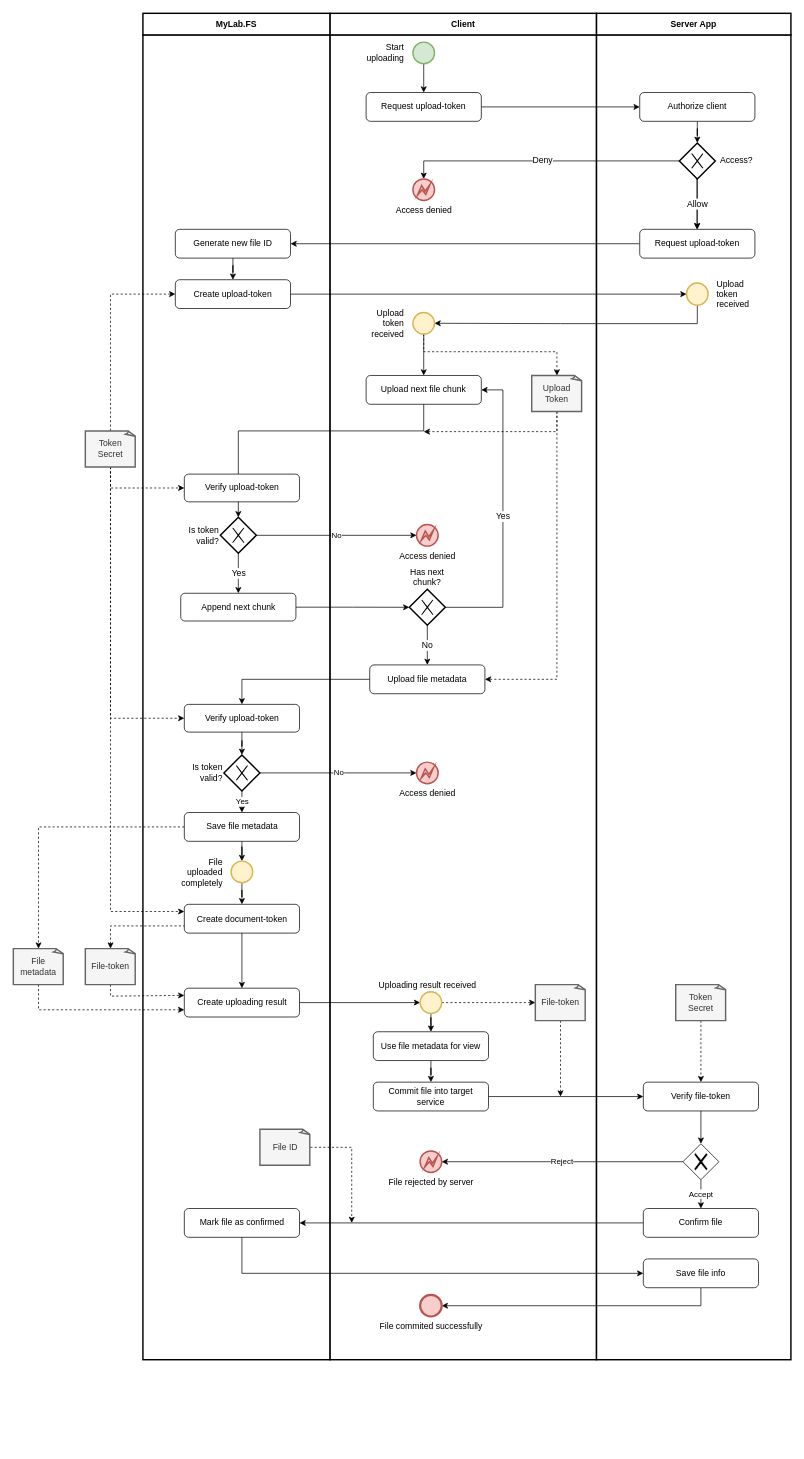
This is page "client-uploading" (3 of 5) of doc/diagramms/mylab-fs.drawio from mylab-tools/file-storage, a draw.io file, before an edit. Source tidied: cells renumbered, new cells numbered last; positions are measured from the earlier drawing's top-left corner, leaving out a move shared by most shapes. Both pictures are drawn from the tidied source at 72%, with x=0, y=0 at pixel (13, 13).
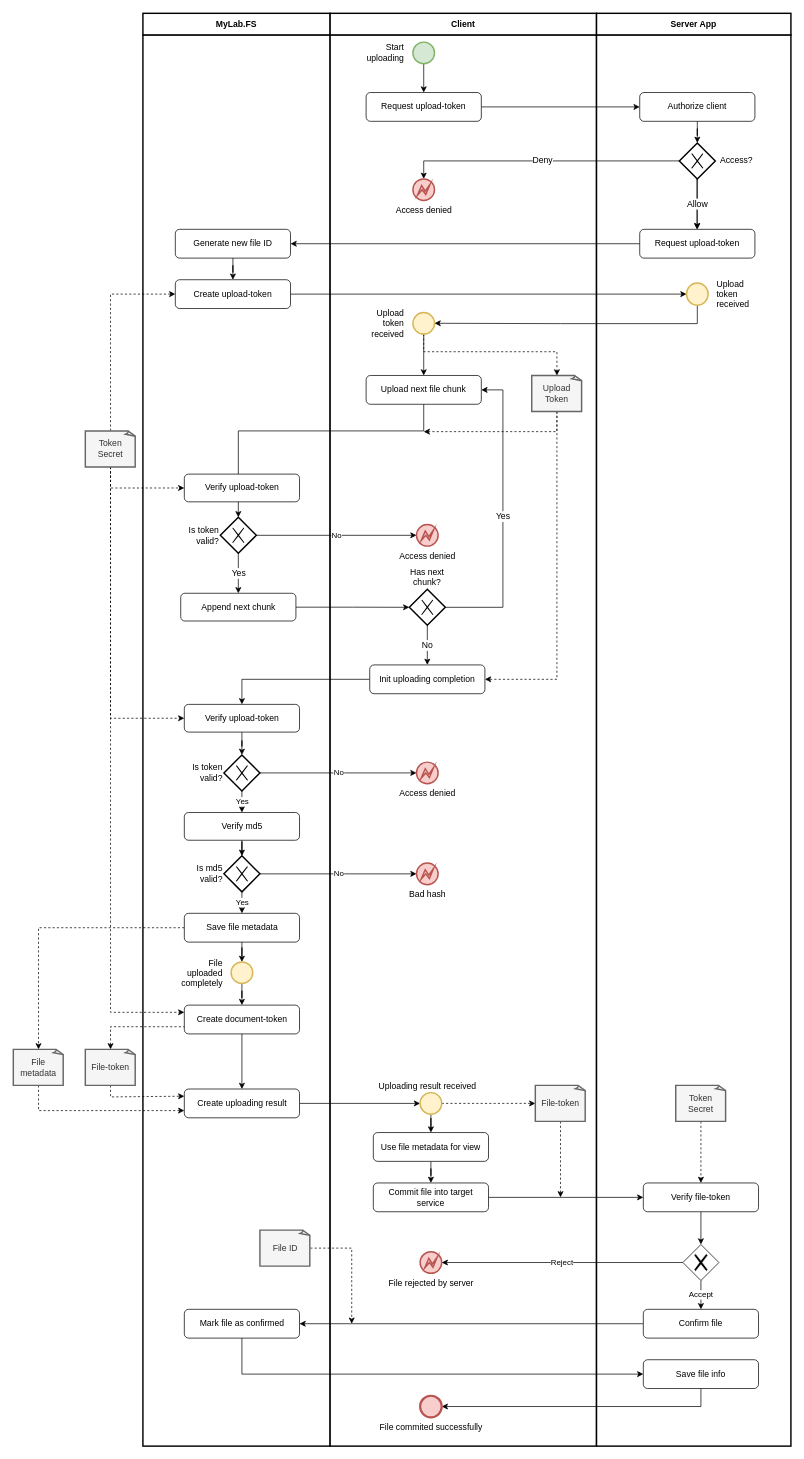
Above is the later version.

The change refers to these unchanged cells:
```xml
<mxCell id="24" value="Token &lt;br&gt;Secret" style="whiteSpace=wrap;html=1;shape=mxgraph.basic.document;strokeWidth=2;fontSize=12;align=center;fillColor=#f5f5f5;strokeColor=#666666;fontColor=#333333;" parent="1" vertex="1">
  <mxGeometry x="100" y="580" width="70" height="50" as="geometry" />
</mxCell>
<mxCell id="84" value="&lt;span style=&quot;white-space: normal ; background-color: rgb(255 , 255 , 255)&quot;&gt;Is token valid?&lt;/span&gt;" style="shape=mxgraph.bpmn.shape;html=1;verticalLabelPosition=middle;labelBackgroundColor=#ffffff;verticalAlign=middle;align=right;perimeter=rhombusPerimeter;background=gateway;outlineConnect=0;outline=none;symbol=exclusiveGw;strokeWidth=2;fontSize=12;labelPosition=left;whiteSpace=wrap;" parent="1" vertex="1">
  <mxGeometry x="292.5" y="1030" width="50" height="50" as="geometry" />
</mxCell>
```

Diff of the diagram source:
```diff
@@
     <mxCell id="2" style="rounded=0;whiteSpace=wrap;html=1;strokeWidth=2;fontSize=12;align=center;" parent="1" vertex="1">
-      <mxGeometry x="180" y="30" width="260" height="1840" as="geometry" />
+      <mxGeometry x="180" y="30" width="260" height="1960" as="geometry" />
     </mxCell>
@@
     <mxCell id="4" style="rounded=0;whiteSpace=wrap;html=1;strokeWidth=2;fontSize=12;align=center;" parent="1" vertex="1">
-      <mxGeometry x="440" y="30" width="370" height="1840" as="geometry" />
+      <mxGeometry x="440" y="30" width="370" height="1960" as="geometry" />
     </mxCell>
@@
     <mxCell id="6" style="rounded=0;whiteSpace=wrap;html=1;strokeWidth=2;fontSize=12;align=center;" parent="1" vertex="1">
-      <mxGeometry x="810" y="30" width="270" height="1840" as="geometry" />
+      <mxGeometry x="810" y="30" width="270" height="1960" as="geometry" />
     </mxCell>
@@
     <mxCell id="22" style="edgeStyle=orthogonalEdgeStyle;rounded=0;jettySize=auto;html=1;entryX=0;entryY=0.25;entryDx=0;entryDy=0;dashed=1;" parent="1" edge="1" source="24" target="40">
       <mxGeometry relative="1" as="geometry">
         <Array as="points">
-          <mxPoint x="135" y="1248" />
+          <mxPoint x="135" y="1388" />
         </Array>
       </mxGeometry>
     </mxCell>
@@
-    <mxCell id="35" value="Upload file metadata" style="rounded=1;whiteSpace=wrap;html=1;strokeWidth=1;fontSize=12;align=center;" parent="1" vertex="1">
+    <mxCell id="35" value="Init uploading completion" style="rounded=1;whiteSpace=wrap;html=1;strokeWidth=1;fontSize=12;align=center;" parent="1" vertex="1">
       <mxGeometry x="495" y="905" width="160" height="40" as="geometry" />
     </mxCell>
@@
     <mxCell id="38" value="Save file metadata" style="rounded=1;whiteSpace=wrap;html=1;strokeWidth=1;fontSize=12;align=center;" parent="1" vertex="1">
-      <mxGeometry x="237.5" y="1110" width="160" height="40" as="geometry" />
+      <mxGeometry x="237.5" y="1250" width="160" height="40" as="geometry" />
     </mxCell>
@@
     <mxCell id="40" value="Create document-token" style="rounded=1;whiteSpace=wrap;html=1;strokeWidth=1;fontSize=12;align=center;" parent="1" vertex="1">
-      <mxGeometry x="237.5" y="1237.5" width="160" height="40" as="geometry" />
+      <mxGeometry x="237.5" y="1377.5" width="160" height="40" as="geometry" />
     </mxCell>
@@
     <mxCell id="42" value="Create uploading result" style="rounded=1;whiteSpace=wrap;html=1;strokeWidth=1;fontSize=12;align=center;" parent="1" vertex="1">
-      <mxGeometry x="237.5" y="1354" width="160" height="40" as="geometry" />
+      <mxGeometry x="237.5" y="1494" width="160" height="40" as="geometry" />
     </mxCell>
@@
     <mxCell id="46" style="edgeStyle=orthogonalEdgeStyle;rounded=0;jettySize=auto;html=1;entryX=0;entryY=0.25;entryDx=0;entryDy=0;startArrow=none;startFill=0;endArrow=classic;endFill=1;strokeWidth=1;fontSize=12;dashed=1;exitX=0.5;exitY=1;exitDx=0;exitDy=0;exitPerimeter=0;" parent="1" edge="1" source="48" target="42">
       <mxGeometry relative="1" as="geometry">
         <Array as="points">
-          <mxPoint x="135" y="1365" />
+          <mxPoint x="135" y="1505" />
         </Array>
       </mxGeometry>
     </mxCell>
     <mxCell id="47" style="edgeStyle=orthogonalEdgeStyle;rounded=0;jettySize=auto;html=1;entryX=0;entryY=0.75;entryDx=0;entryDy=0;dashed=1;startArrow=classic;startFill=1;endArrow=none;endFill=0;strokeWidth=1;fontSize=12;exitX=0.5;exitY=0;exitDx=0;exitDy=0;exitPerimeter=0;" parent="1" edge="1" source="48" target="40">
       <mxGeometry relative="1" as="geometry">
         <Array as="points">
-          <mxPoint x="135" y="1268" />
+          <mxPoint x="135" y="1408" />
         </Array>
       </mxGeometry>
     </mxCell>
     <mxCell id="48" value="File-token" style="whiteSpace=wrap;html=1;shape=mxgraph.basic.document;strokeWidth=2;fontSize=12;align=center;fillColor=#f5f5f5;strokeColor=#666666;fontColor=#333333;" parent="1" vertex="1">
-      <mxGeometry x="100" y="1299" width="70" height="50" as="geometry" />
+      <mxGeometry x="100" y="1439" width="70" height="50" as="geometry" />
     </mxCell>
@@
     <mxCell id="50" value="File metadata" style="whiteSpace=wrap;html=1;shape=mxgraph.basic.document;strokeWidth=2;fontSize=12;align=center;fillColor=#f5f5f5;strokeColor=#666666;fontColor=#333333;" parent="1" vertex="1">
-      <mxGeometry y="1299" width="70" height="50" as="geometry" />
+      <mxGeometry y="1439" width="70" height="50" as="geometry" />
     </mxCell>
@@
     <mxCell id="52" value="File uploaded completely" style="ellipse;html=1;strokeColor=#d6b656;strokeWidth=2;fillColor=#fff2cc;fontSize=12;align=right;labelPosition=left;verticalLabelPosition=middle;verticalAlign=middle;whiteSpace=wrap;spacingRight=10;" parent="1" vertex="1">
-      <mxGeometry x="302.5" y="1177.5" width="30" height="30" as="geometry" />
+      <mxGeometry x="302.5" y="1317.5" width="30" height="30" as="geometry" />
     </mxCell>
@@
     <mxCell id="55" value="Uploading result received" style="ellipse;html=1;strokeColor=#d6b656;strokeWidth=2;fillColor=#fff2cc;fontSize=12;align=center;labelPosition=center;verticalLabelPosition=top;verticalAlign=bottom;spacingRight=10;" parent="1" vertex="1">
-      <mxGeometry x="565" y="1359" width="30" height="30" as="geometry" />
+      <mxGeometry x="565" y="1499" width="30" height="30" as="geometry" />
     </mxCell>
@@
     <mxCell id="64" value="Use file metadata for view" style="rounded=1;whiteSpace=wrap;html=1;strokeWidth=1;fontSize=12;align=center;" parent="1" vertex="1">
-      <mxGeometry x="500" y="1414.5" width="160" height="40" as="geometry" />
+      <mxGeometry x="500" y="1554.5" width="160" height="40" as="geometry" />
     </mxCell>
@@
     <mxCell id="66" value="Commit file into target service" style="rounded=1;whiteSpace=wrap;html=1;strokeWidth=1;fontSize=12;align=center;" parent="1" vertex="1">
-      <mxGeometry x="500" y="1484.5" width="160" height="40" as="geometry" />
+      <mxGeometry x="500" y="1624.5" width="160" height="40" as="geometry" />
     </mxCell>
@@
     <mxCell id="68" value="Verify file-token" style="rounded=1;whiteSpace=wrap;html=1;strokeWidth=1;fontSize=12;align=center;" parent="1" vertex="1">
-      <mxGeometry x="875" y="1484.5" width="160" height="40" as="geometry" />
+      <mxGeometry x="875" y="1624.5" width="160" height="40" as="geometry" />
     </mxCell>
     <mxCell id="69" style="edgeStyle=orthogonalEdgeStyle;rounded=0;jettySize=auto;html=1;startArrow=none;startFill=0;endArrow=classic;endFill=1;strokeWidth=1;fontSize=12;dashed=1;" parent="1" edge="1" source="70">
       <mxGeometry relative="1" as="geometry">
-        <mxPoint x="760" y="1504.5" as="targetPoint" />
+        <mxPoint x="760" y="1644.5" as="targetPoint" />
       </mxGeometry>
     </mxCell>
     <mxCell id="70" value="File-token" style="whiteSpace=wrap;html=1;shape=mxgraph.basic.document;strokeWidth=2;fontSize=12;align=center;fillColor=#f5f5f5;strokeColor=#666666;fontColor=#333333;" parent="1" vertex="1">
-      <mxGeometry x="725" y="1349" width="70" height="50" as="geometry" />
+      <mxGeometry x="725" y="1489" width="70" height="50" as="geometry" />
     </mxCell>
@@
     <mxCell id="72" value="Token &lt;br&gt;Secret" style="whiteSpace=wrap;html=1;shape=mxgraph.basic.document;strokeWidth=2;fontSize=12;align=center;fillColor=#f5f5f5;strokeColor=#666666;fontColor=#333333;" parent="1" vertex="1">
-      <mxGeometry x="920" y="1349" width="70" height="50" as="geometry" />
+      <mxGeometry x="920" y="1489" width="70" height="50" as="geometry" />
     </mxCell>
     <mxCell id="73" value="File rejected by server" style="shape=mxgraph.bpmn.shape;html=1;verticalLabelPosition=bottom;labelBackgroundColor=#ffffff;verticalAlign=top;align=center;perimeter=ellipsePerimeter;outlineConnect=0;outline=eventInt;symbol=error;strokeColor=#b85450;strokeWidth=2;fillColor=#f8cecc;fontSize=12;" parent="1" vertex="1">
-      <mxGeometry x="565" y="1580" width="30" height="30" as="geometry" />
+      <mxGeometry x="565" y="1720" width="30" height="30" as="geometry" />
     </mxCell>
@@
     <mxCell id="75" value="Save file info" style="rounded=1;whiteSpace=wrap;html=1;strokeWidth=1;fontSize=12;align=center;" parent="1" vertex="1">
-      <mxGeometry x="875" y="1730" width="160" height="40" as="geometry" />
+      <mxGeometry x="875" y="1870" width="160" height="40" as="geometry" />
     </mxCell>
     <mxCell id="76" value="File commited successfully" style="shape=mxgraph.bpmn.shape;html=1;verticalLabelPosition=bottom;labelBackgroundColor=#ffffff;verticalAlign=top;align=center;perimeter=ellipsePerimeter;outlineConnect=0;outline=end;symbol=general;strokeColor=#b85450;strokeWidth=1;fillColor=#f8cecc;fontSize=12;" parent="1" vertex="1">
-      <mxGeometry x="565" y="1780" width="30" height="30" as="geometry" />
+      <mxGeometry x="565" y="1920" width="30" height="30" as="geometry" />
     </mxCell>
@@
-    <mxCell id="83" value="Yes" style="edgeStyle=orthogonalEdgeStyle;rounded=0;jettySize=auto;html=1;entryX=0.5;entryY=0;entryDx=0;entryDy=0;" parent="1" edge="1" source="84" target="38">
+    <mxCell id="83" value="Yes" style="edgeStyle=orthogonalEdgeStyle;rounded=0;jettySize=auto;html=1;entryX=0.5;entryY=0;entryDx=0;entryDy=0;" parent="1" edge="1" source="84" target="102">
       <mxGeometry relative="1" as="geometry" />
     </mxCell>
@@
     <mxCell id="90" value="Confirm file" style="rounded=1;whiteSpace=wrap;html=1;strokeWidth=1;fontSize=12;align=center;" parent="1" vertex="1">
-      <mxGeometry x="875" y="1660" width="160" height="40" as="geometry" />
+      <mxGeometry x="875" y="1800" width="160" height="40" as="geometry" />
     </mxCell>
     <mxCell id="91" style="edgeStyle=orthogonalEdgeStyle;rounded=0;jettySize=auto;html=1;entryX=0;entryY=0.5;entryDx=0;entryDy=0;" parent="1" edge="1" source="92" target="75">
       <mxGeometry relative="1" as="geometry">
         <Array as="points">
-          <mxPoint x="318" y="1750" />
+          <mxPoint x="318" y="1890" />
         </Array>
       </mxGeometry>
     </mxCell>
     <mxCell id="92" value="Mark file as confirmed" style="rounded=1;whiteSpace=wrap;html=1;strokeWidth=1;fontSize=12;align=center;" parent="1" vertex="1">
-      <mxGeometry x="237.5" y="1660" width="160" height="40" as="geometry" />
+      <mxGeometry x="237.5" y="1800" width="160" height="40" as="geometry" />
     </mxCell>
     <mxCell id="93" style="edgeStyle=orthogonalEdgeStyle;rounded=0;jettySize=auto;html=1;dashed=1;" parent="1" edge="1" source="94">
       <mxGeometry relative="1" as="geometry">
-        <mxPoint x="470" y="1680" as="targetPoint" />
+        <mxPoint x="470" y="1820" as="targetPoint" />
         <Array as="points">
-          <mxPoint x="470" y="1575" />
-          <mxPoint x="470" y="1680" />
+          <mxPoint x="470" y="1715" />
+          <mxPoint x="470" y="1820" />
         </Array>
       </mxGeometry>
     </mxCell>
     <mxCell id="94" value="File ID" style="whiteSpace=wrap;html=1;shape=mxgraph.basic.document;strokeWidth=2;fontSize=12;align=center;fillColor=#f5f5f5;strokeColor=#666666;fontColor=#333333;" parent="1" vertex="1">
-      <mxGeometry x="342.5" y="1550" width="70" height="50" as="geometry" />
+      <mxGeometry x="342.5" y="1690" width="70" height="50" as="geometry" />
     </mxCell>
@@
     <mxCell id="97" style="shape=mxgraph.bpmn.shape;html=1;verticalLabelPosition=bottom;labelBackgroundColor=#ffffff;verticalAlign=top;align=center;perimeter=rhombusPerimeter;background=gateway;outlineConnect=0;outline=none;symbol=exclusiveGw;" parent="1" vertex="1">
-      <mxGeometry x="930" y="1570" width="50" height="50" as="geometry" />
+      <mxGeometry x="930" y="1710" width="50" height="50" as="geometry" />
     </mxCell>
+    <mxCell id="98" value="Yes" style="edgeStyle=orthogonalEdgeStyle;rounded=0;jettySize=auto;html=1;entryX=0.5;entryY=0;entryDx=0;entryDy=0;" parent="1" edge="1" source="99" target="38">
+      <mxGeometry relative="1" as="geometry" />
+    </mxCell>
+    <mxCell id="99" value="&lt;span style=&quot;white-space: normal ; background-color: rgb(255 , 255 , 255)&quot;&gt;Is md5 valid?&lt;/span&gt;" style="shape=mxgraph.bpmn.shape;html=1;verticalLabelPosition=middle;labelBackgroundColor=#ffffff;verticalAlign=middle;align=right;perimeter=rhombusPerimeter;background=gateway;outlineConnect=0;outline=none;symbol=exclusiveGw;strokeWidth=2;fontSize=12;labelPosition=left;whiteSpace=wrap;" parent="1" vertex="1">
+      <mxGeometry x="292.5" y="1170.2" width="50" height="50" as="geometry" />
+    </mxCell>
+    <mxCell id="100" value="No" style="edgeStyle=orthogonalEdgeStyle;rounded=0;jettySize=auto;html=1;entryX=0;entryY=0.5;entryDx=0;entryDy=0;exitX=1;exitY=0.5;exitDx=0;exitDy=0;" parent="1" edge="1" source="99" target="103">
+      <mxGeometry relative="1" as="geometry" />
+    </mxCell>
+    <mxCell id="101" style="edgeStyle=orthogonalEdgeStyle;rounded=0;jettySize=auto;html=1;entryX=0.5;entryY=0;entryDx=0;entryDy=0;" parent="1" edge="1" source="102" target="99">
+      <mxGeometry relative="1" as="geometry" />
+    </mxCell>
+    <mxCell id="102" value="Verify md5" style="rounded=1;whiteSpace=wrap;html=1;strokeWidth=1;fontSize=12;align=center;" parent="1" vertex="1">
+      <mxGeometry x="237.5" y="1110" width="160" height="38.5" as="geometry" />
+    </mxCell>
+    <mxCell id="103" value="Bad hash" style="shape=mxgraph.bpmn.shape;html=1;verticalLabelPosition=bottom;labelBackgroundColor=#ffffff;verticalAlign=top;align=center;perimeter=ellipsePerimeter;outlineConnect=0;outline=eventInt;symbol=error;strokeColor=#b85450;strokeWidth=2;fillColor=#f8cecc;fontSize=12;" parent="1" vertex="1">
+      <mxGeometry x="560" y="1180.2" width="30" height="30" as="geometry" />
+    </mxCell>
```
